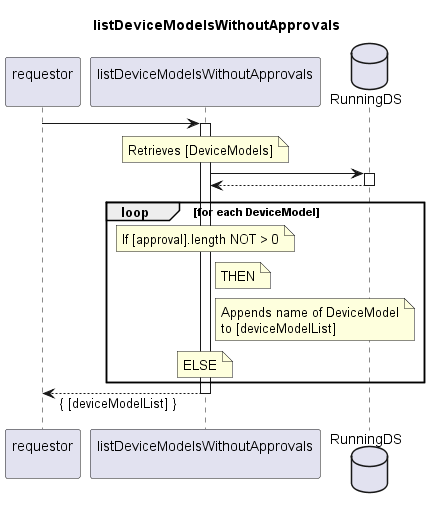
Earlier version of the PlantUML export spec/Services/listDeviceModelsWithoutApprovals/1.0.0/listDeviceModelsWithoutApprovals.png (openBackhaul/FirmWareManager).
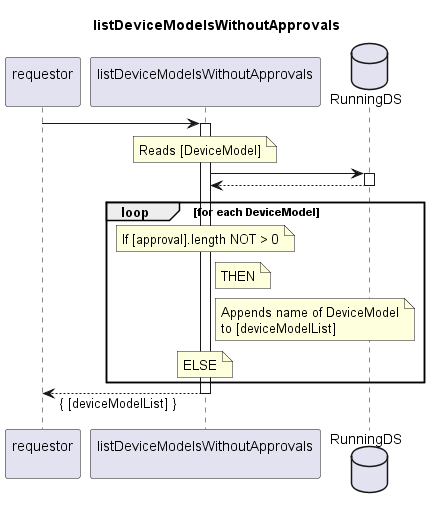
The same file after the commit.

The edit, as a diff of the source:
```diff
@@ -13,7 +13,7 @@
 activate indServ
 
     note over indServ
-      Retrieves [DeviceModels]
+      Reads [DeviceModel]
     end note
     indServ -> RunDS
     activate RunDS
```
